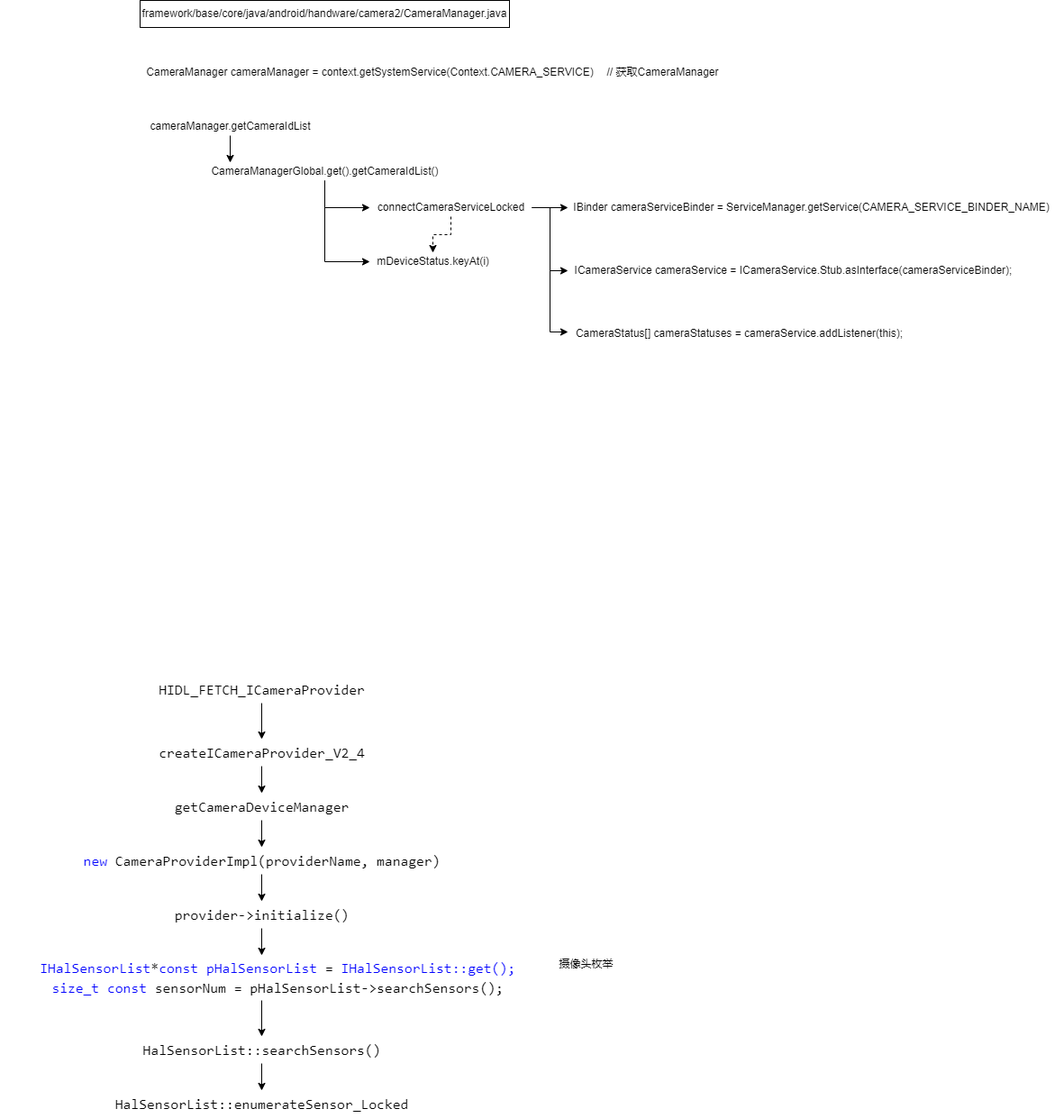
Above: Android camera.png in zhangmeizhen/test2 (draw.io), before the change. Source tidied: cells renumbered, new cells last; positions are measured from the earlier drawing's top-left corner, leaving out a move shared by most shapes.
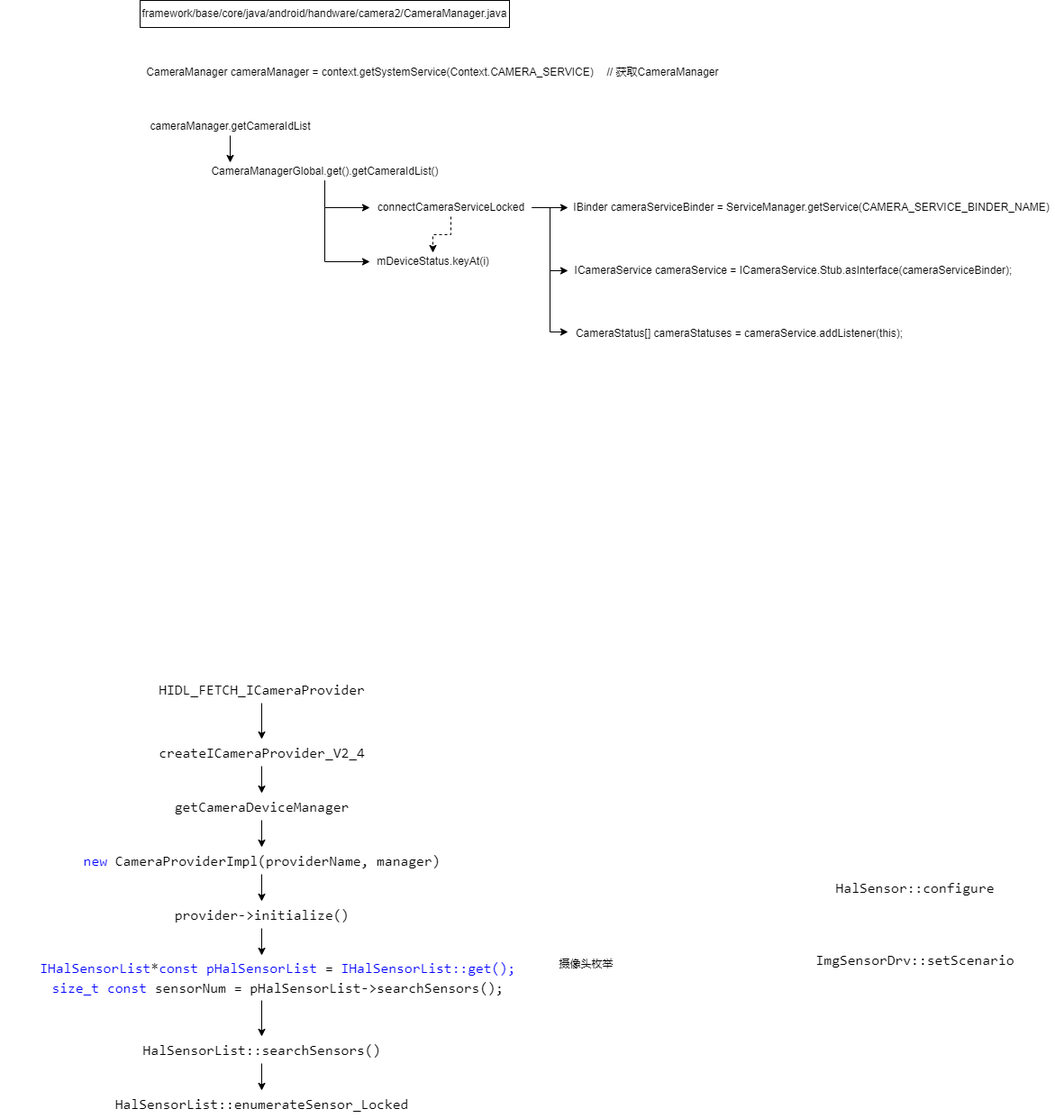
The same diagram one commit later.

Change to the diagram source:
```diff
@@ -106,5 +106,11 @@
     <mxCell id="34" value="&lt;div style=&quot;background-color: rgb(255, 255, 255); font-family: Consolas, &amp;quot;Courier New&amp;quot;, monospace; font-size: 16px; line-height: 22px;&quot;&gt;&lt;div&gt;&lt;span style=&quot;color: #0000ff;&quot;&gt;&amp;nbsp; &amp;nbsp; IHalSensorList&lt;/span&gt;*&lt;span style=&quot;color: #0000ff;&quot;&gt;const pHalSensorList &lt;/span&gt;=&lt;span style=&quot;color: #0000ff;&quot;&gt; IHalSensorList::get();&lt;/span&gt;&lt;/div&gt;&lt;div&gt;&amp;nbsp; &amp;nbsp; &lt;span style=&quot;color: #0000ff;&quot;&gt;size_t&lt;/span&gt; &lt;span style=&quot;color: #0000ff;&quot;&gt;const&lt;/span&gt; sensorNum = pHalSensorList-&amp;gt;searchSensors();&lt;/div&gt;&lt;/div&gt;" style="text;html=1;align=center;verticalAlign=middle;points=[];strokeColor=none;fillColor=none;" parent="1" vertex="1">
       <mxGeometry y="1060" width="580" height="50" as="geometry" />
     </mxCell>
+    <mxCell id="35" value="&lt;div style=&quot;background-color: rgb(255, 255, 255); font-family: Consolas, &amp;quot;Courier New&amp;quot;, monospace; font-size: 16px; line-height: 22px;&quot;&gt;&lt;div style=&quot;line-height: 22px;&quot;&gt;ImgSensorDrv::setScenario&lt;/div&gt;&lt;/div&gt;" style="text;html=1;align=center;verticalAlign=middle;strokeColor=none;fillColor=none;" parent="1" vertex="1">
+      <mxGeometry x="895" y="1050" width="240" height="30" as="geometry" />
+    </mxCell>
+    <mxCell id="36" value="&lt;div style=&quot;background-color: rgb(255, 255, 255); font-family: Consolas, &amp;quot;Courier New&amp;quot;, monospace; font-size: 16px; line-height: 22px;&quot;&gt;HalSensor::configure&lt;/div&gt;" style="text;html=1;align=center;verticalAlign=middle;strokeColor=none;fillColor=none;" parent="1" vertex="1">
+      <mxGeometry x="920" y="970" width="190" height="30" as="geometry" />
+    </mxCell>
   </root>
 </mxGraphModel>
```
